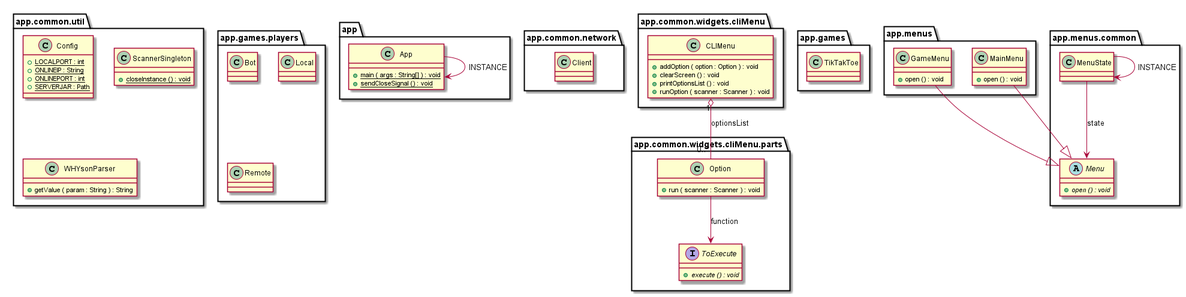
Above: Documentatie/generated-docs/classdiagram.png in asmarahimi246-tech/Project-Intelligente-System-I (PlantUML), before the change.
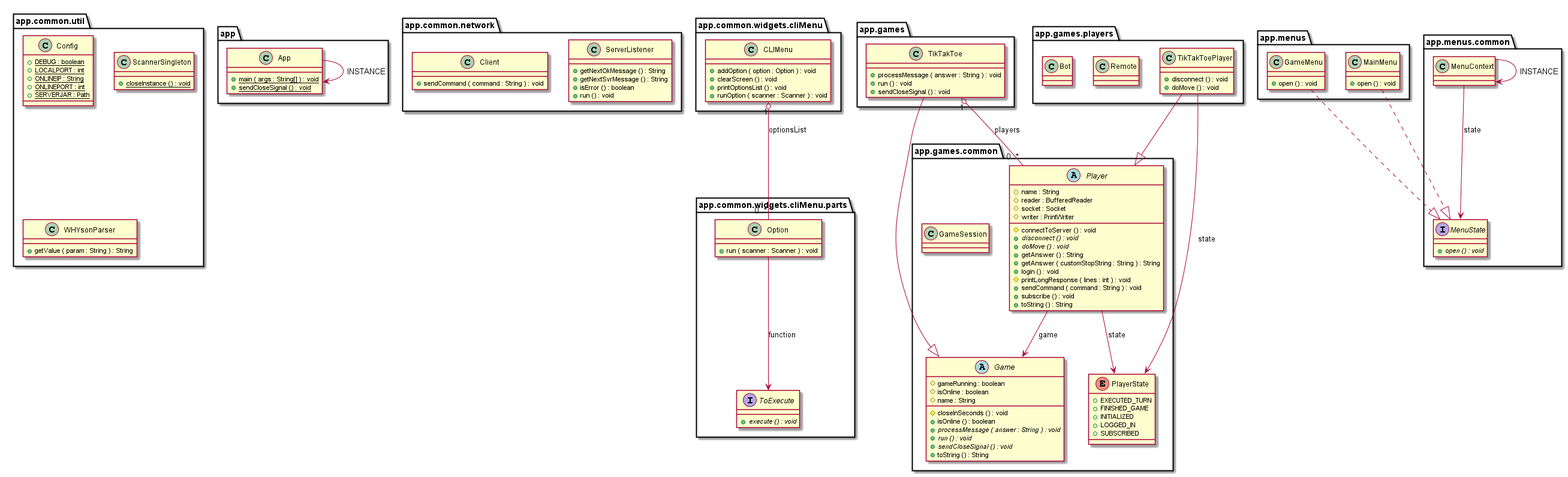
After the change.

What changed in the source:
```diff
@@ -7,10 +7,20 @@
 
 
 class app.common.network.Client {
+	{method} +sendCommand ( command : String ) : void
+}
+
+
+class app.common.network.ServerListener {
+	{method} +getNextOkMessage () : String
+	{method} +getNextSvrMessage () : String
+	{method} +isError () : boolean
+	{method} +run () : void
 }
 
 
 class app.common.util.Config {
+	{field} {static} +DEBUG : boolean
 	{field} {static} +LOCALPORT : int
 	{field} {static} +ONLINEIP : String
 	{field} {static} +ONLINEPORT : int
@@ -47,6 +57,53 @@
 
 
 class app.games.TikTakToe {
+	{method} +processMessage ( answer : String ) : void
+	{method} +run () : void
+	{method} +sendCloseSignal () : void
+}
+
+
+abstract class app.games.common.Game {
+	{field} #gameRunning : boolean
+	{field} #isOnline : boolean
+	{field} #name : String
+	{method} #closeInSeconds () : void
+	{method} +isOnline () : boolean
+	{method}  {abstract} +processMessage ( answer : String ) : void
+	{method}  {abstract} +run () : void
+	{method}  {abstract} +sendCloseSignal () : void
+	{method} +toString () : String
+}
+
+
+class app.games.common.GameSession {
+}
+
+
+abstract class app.games.common.Player {
+	{field} #name : String
+	{field} #reader : BufferedReader
+	{field} #socket : Socket
+	{field} #writer : PrintWriter
+	{method} #connectToServer () : void
+	{method}  {abstract} +disconnect () : void
+	{method}  {abstract} +doMove () : void
+	{method} +getAnswer () : String
+	{method} +getAnswer ( customStopString : String ) : String
+	{method} +login () : void
+	{method} #printLongResponse ( lines : int ) : void
+	{method} +sendCommand ( command : String ) : void
+	{method} +subscribe () : void
+	{method} +toString () : String
+}
+
+
+enum app.games.common.PlayerState {
+	{field} +EXECUTED_TURN
+	{field} +FINISHED_GAME
+	{field} +INITIALIZED
+	{field} +LOGGED_IN
+	{field} +SUBSCRIBED
 }
 
 
@@ -54,11 +111,13 @@
 }
 
 
-class app.games.players.Local {
+class app.games.players.Remote {
 }
 
 
-class app.games.players.Remote {
+class app.games.players.TikTakToePlayer {
+	{method} +disconnect () : void
+	{method} +doMove () : void
 }
 
 
@@ -72,12 +131,12 @@
 }
 
 
-abstract class app.menus.common.Menu {
-	{method}  {abstract} +open () : void
+class app.menus.common.MenuContext {
 }
 
 
-class app.menus.common.MenuState {
+interface app.menus.common.MenuState {
+	{method}  {abstract} +open () : void
 }
 
 
@@ -86,10 +145,16 @@
 app.App -->  app.App : INSTANCE
 app.common.widgets.cliMenu.CLIMenu "1" o-- "0..*"  app.common.widgets.cliMenu.parts.Option : optionsList
 app.common.widgets.cliMenu.parts.Option -->  app.common.widgets.cliMenu.parts.ToExecute : function
-app.menus.GameMenu --|>  app.menus.common.Menu
-app.menus.MainMenu --|>  app.menus.common.Menu
-app.menus.common.MenuState -->  app.menus.common.Menu : state
-app.menus.common.MenuState -->  app.menus.common.MenuState : INSTANCE
+app.games.TikTakToe "1" o-- "0..*"  app.games.common.Player : players
+app.games.TikTakToe --|>  app.games.common.Game
+app.games.common.Player -->  app.games.common.Game : game
+app.games.common.Player -->  app.games.common.PlayerState : state
+app.games.players.TikTakToePlayer -->  app.games.common.PlayerState : state
+app.games.players.TikTakToePlayer --|>  app.games.common.Player
+app.menus.GameMenu ..|>  app.menus.common.MenuState
+app.menus.MainMenu ..|>  app.menus.common.MenuState
+app.menus.common.MenuContext -->  app.menus.common.MenuContext : INSTANCE
+app.menus.common.MenuContext -->  app.menus.common.MenuState : state
 
 
 @enduml
```
